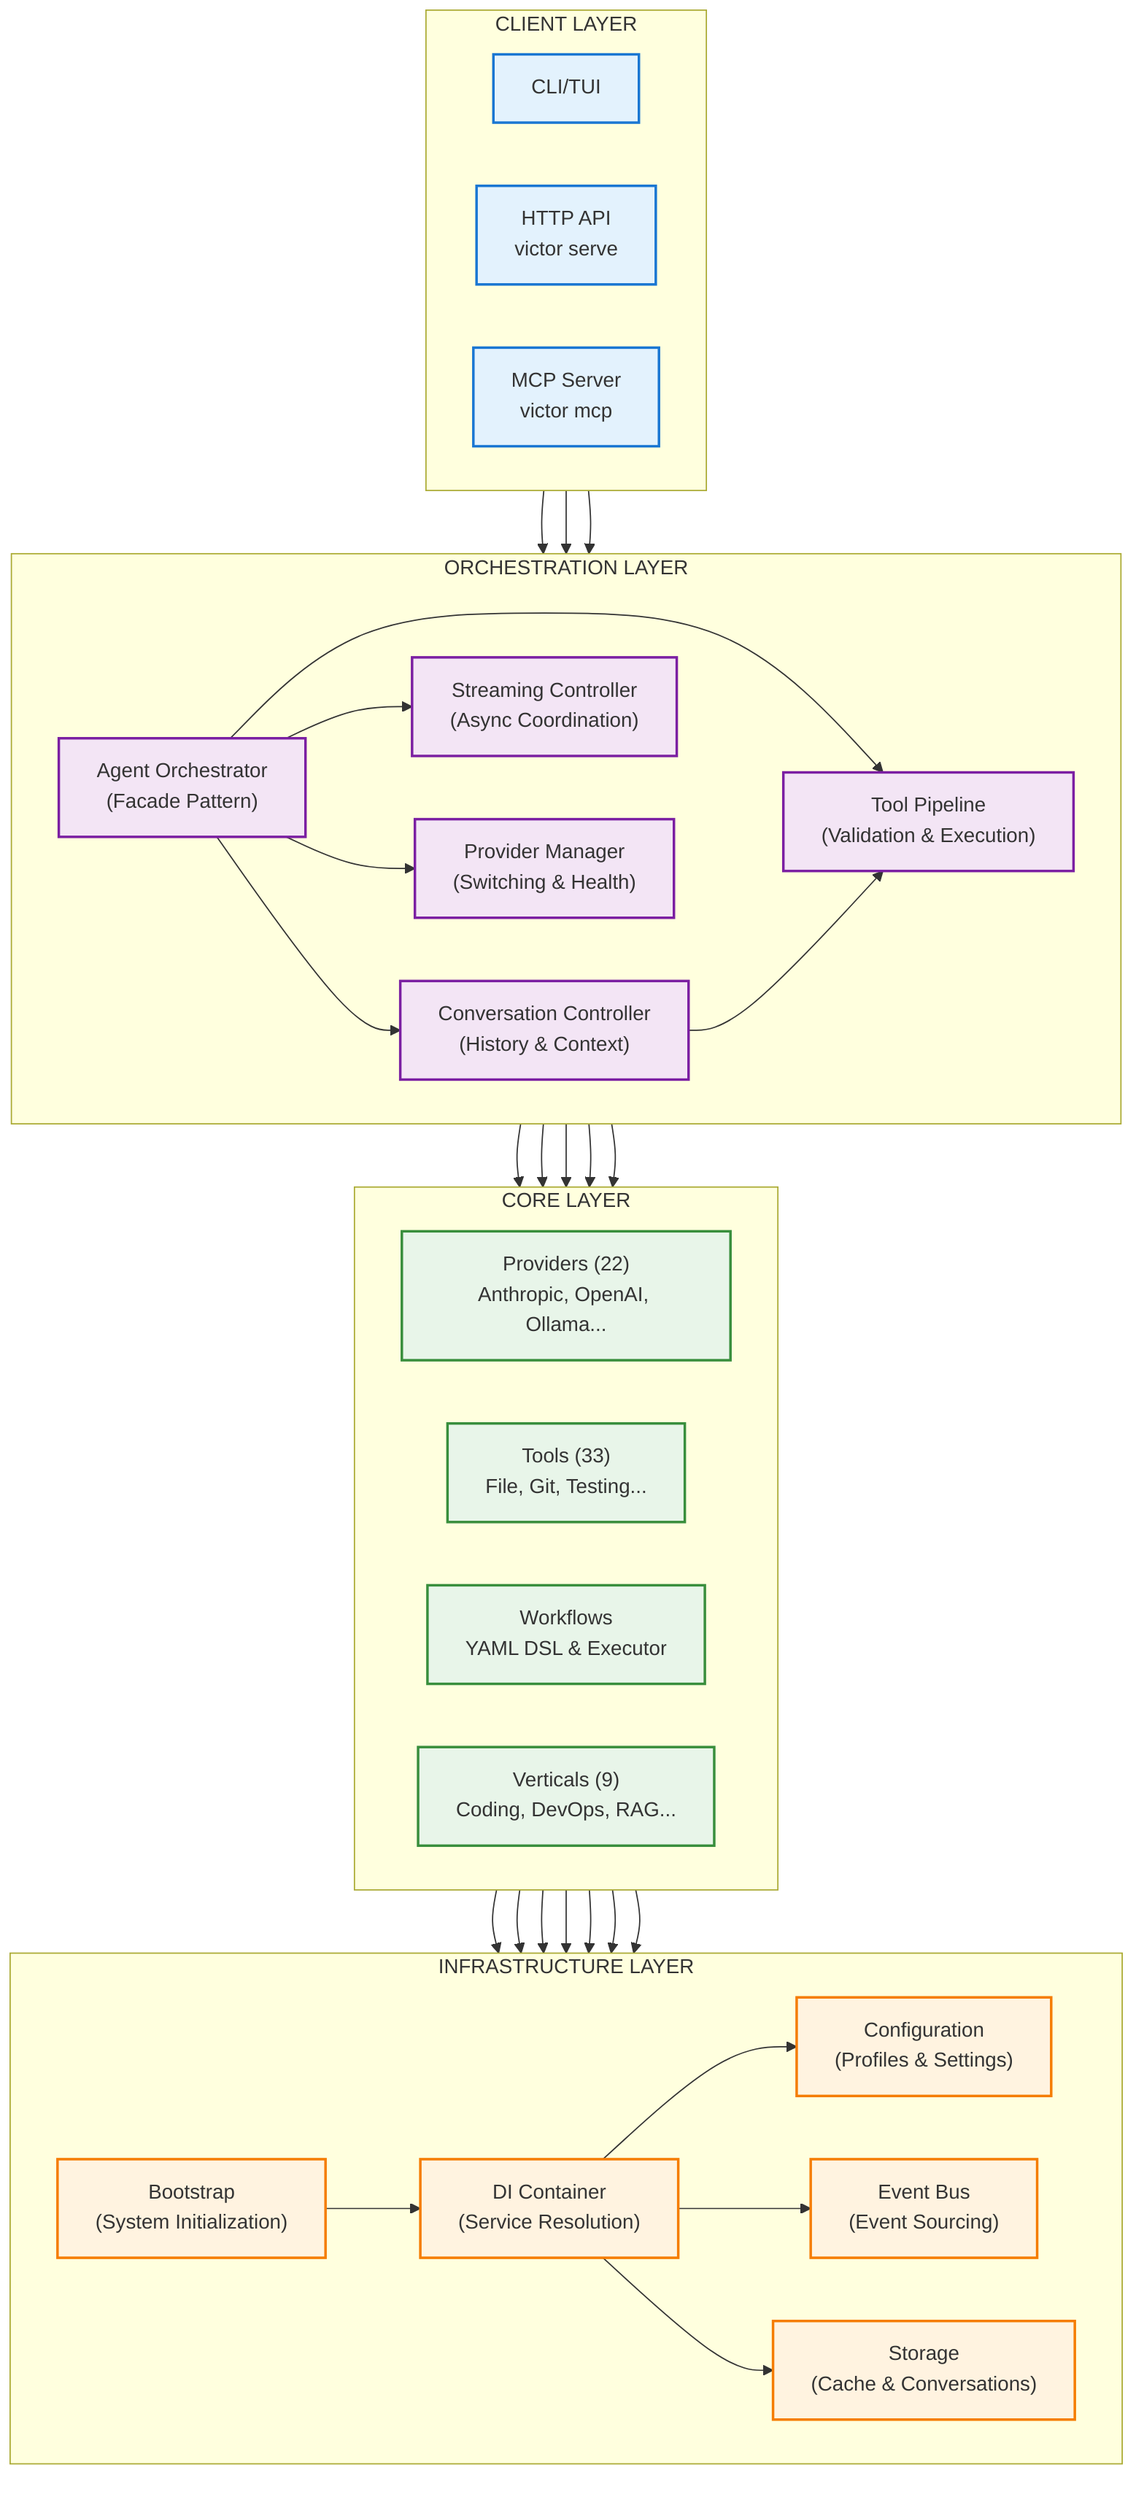
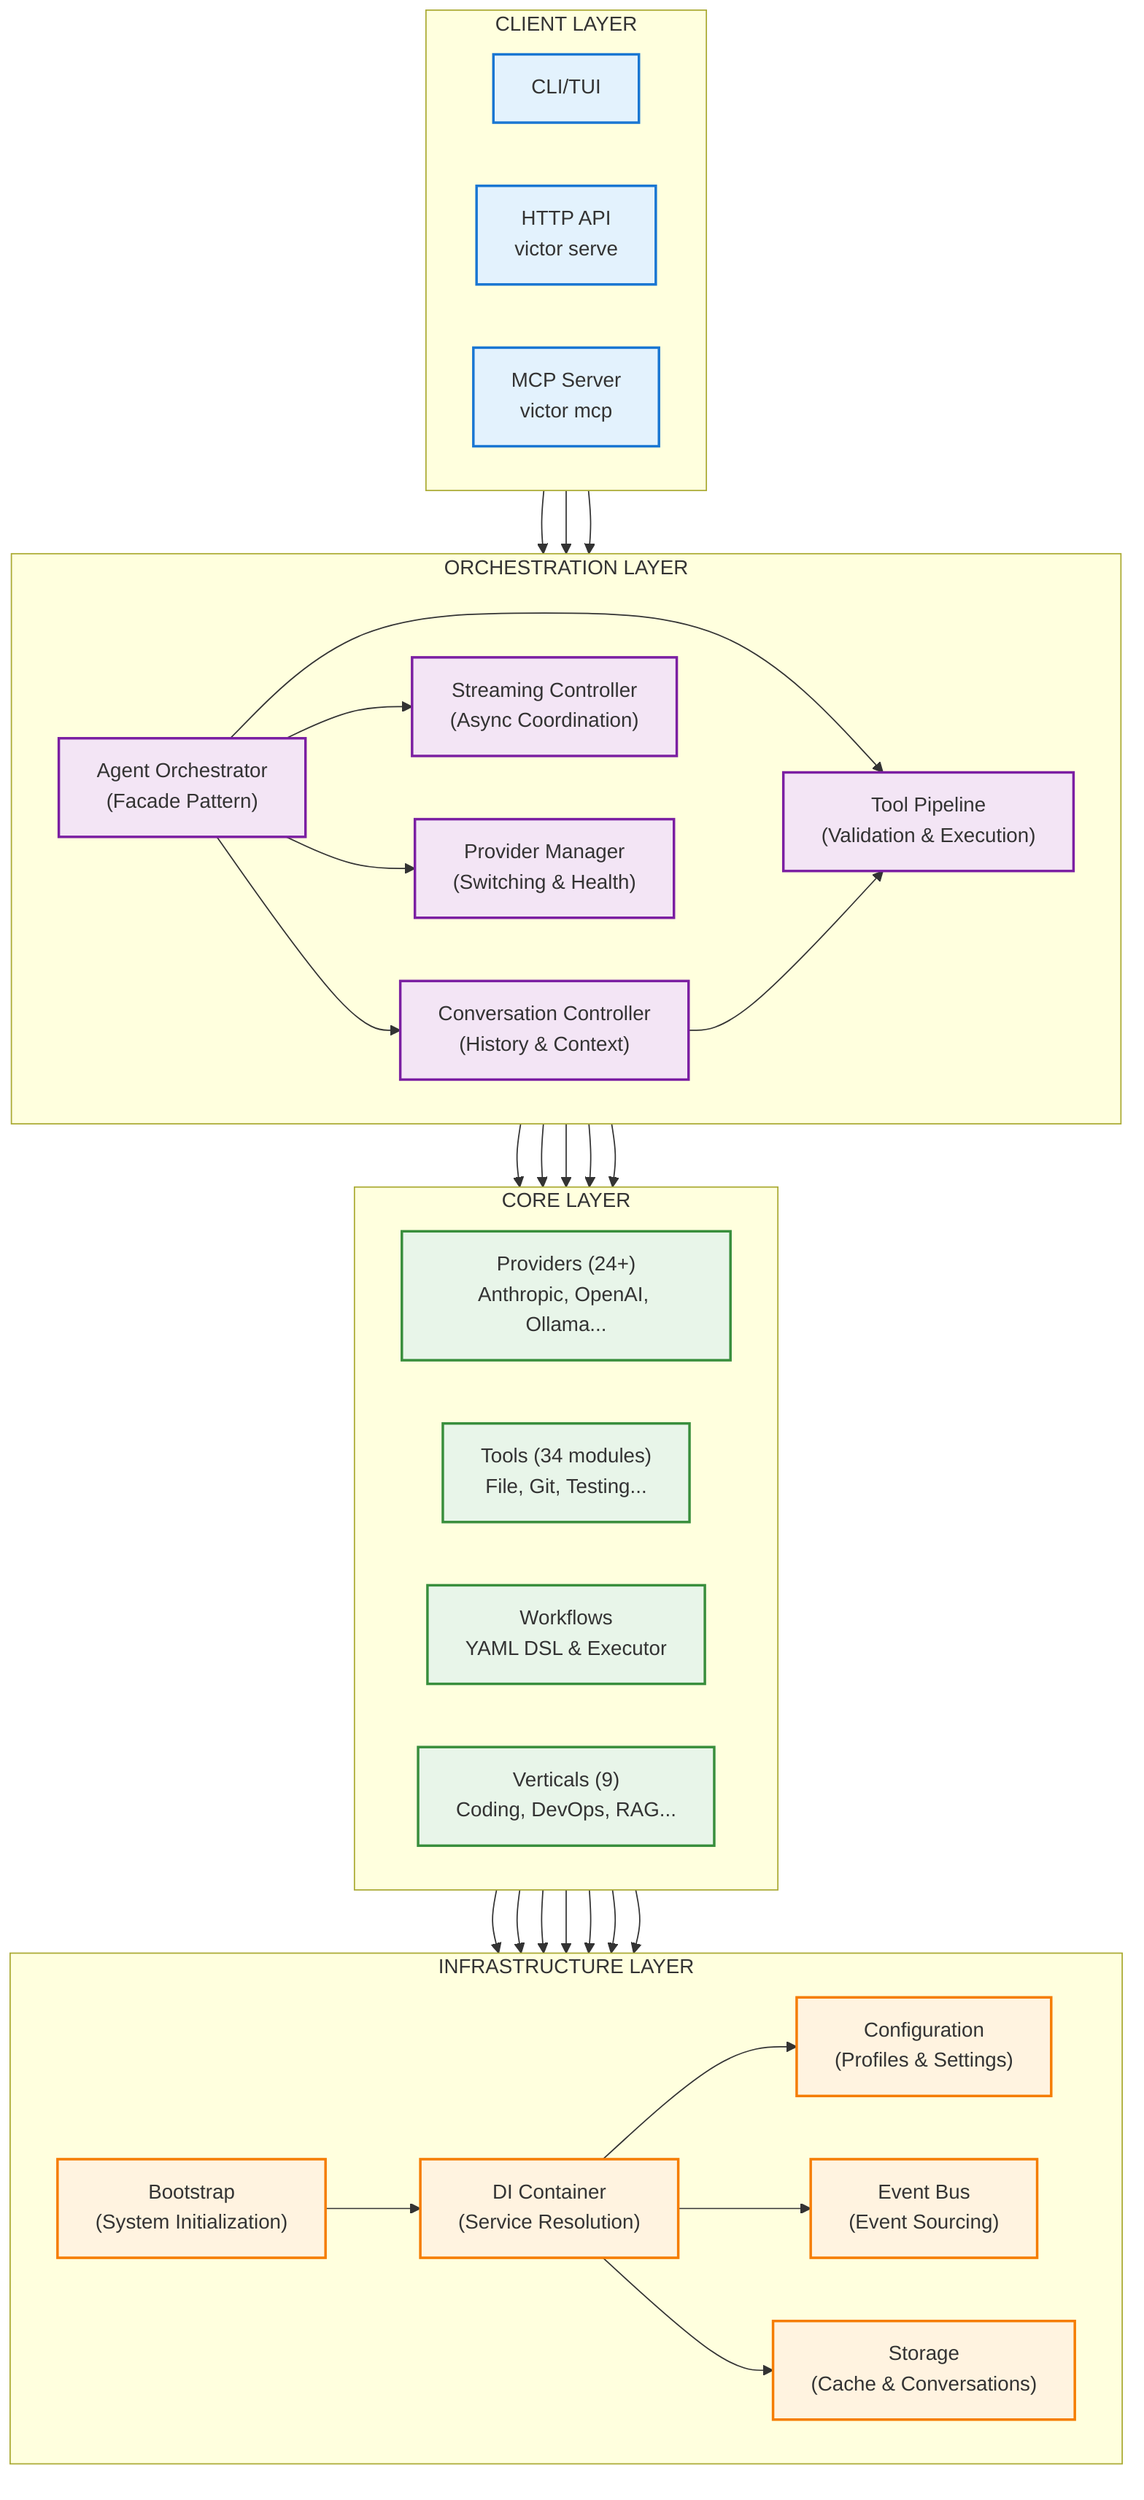
flowchart TB
    subgraph Clients["CLIENT LAYER"]
        direction LR
        CLI["CLI/TUI"]
        HTTP["HTTP API<br/>victor serve"]
        MCP["MCP Server<br/>victor mcp"]
    end

    subgraph Orchestration["ORCHESTRATION LAYER"]
        direction LR
        Orch["Agent Orchestrator<br/>(Facade Pattern)"]
        Conv["Conversation Controller<br/>(History & Context)"]
        ToolPipe["Tool Pipeline<br/>(Validation & Execution)"]
        StreamCtrl["Streaming Controller<br/>(Async Coordination)"]
        ProvMgr["Provider Manager<br/>(Switching & Health)"]
    end

    subgraph Core["CORE LAYER"]
        direction LR
-         Prov["Providers (22)<br/>Anthropic, OpenAI, Ollama..."]
-         Tools["Tools (33)<br/>File, Git, Testing..."]
+         Prov["Providers (24+)<br/>Anthropic, OpenAI, Ollama..."]
+         Tools["Tools (34 modules)<br/>File, Git, Testing..."]
        WFs["Workflows<br/>YAML DSL & Executor"]
        Verts["Verticals (9)<br/>Coding, DevOps, RAG..."]
    end

    subgraph Infra["INFRASTRUCTURE LAYER"]
        direction LR
        DI["DI Container<br/>(Service Resolution)"]
        Events["Event Bus<br/>(Event Sourcing)"]
        Config["Configuration<br/>(Profiles & Settings)"]
        Storage["Storage<br/>(Cache & Conversations)"]
        Bootstrap["Bootstrap<br/>(System Initialization)"]
    end

    %% Client to Orchestration connections
    CLI --> Orch
    HTTP --> Orch
    MCP --> Orch

    %% Orchestration internal connections
    Orch --> Conv
    Orch --> ToolPipe
    Orch --> StreamCtrl
    Orch --> ProvMgr

    Conv --> ToolPipe
    ProvMgr --> Prov

    %% Orchestration to Core connections
    ToolPipe --> Tools
    ProvMgr --> Prov
    Orch --> WFs
    Orch --> Verts

    %% Core to Infrastructure connections
    Prov --> Events
    Tools --> Events
    WFs --> Events
    Verts --> Events

    Prov --> Config
    Tools --> Config
    WFs --> Storage

    %% Infrastructure internal connections
    Bootstrap --> DI
    DI --> Config
    DI --> Events
    DI --> Storage

    %% Styling
    classDef clientStyle fill:#E3F2FD,stroke:#1976D2,stroke-width:2px
    classDef orchestrationStyle fill:#F3E5F5,stroke:#7B1FA2,stroke-width:2px
    classDef coreStyle fill:#E8F5E9,stroke:#388E3C,stroke-width:2px
    classDef infraStyle fill:#FFF3E0,stroke:#F57C00,stroke-width:2px

    class CLI,HTTP,MCP clientStyle
    class Orch,Conv,ToolPipe,StreamCtrl,ProvMgr orchestrationStyle
    class Prov,Tools,WFs,Verts coreStyle
    class DI,Events,Config,Storage,Bootstrap infraStyle
